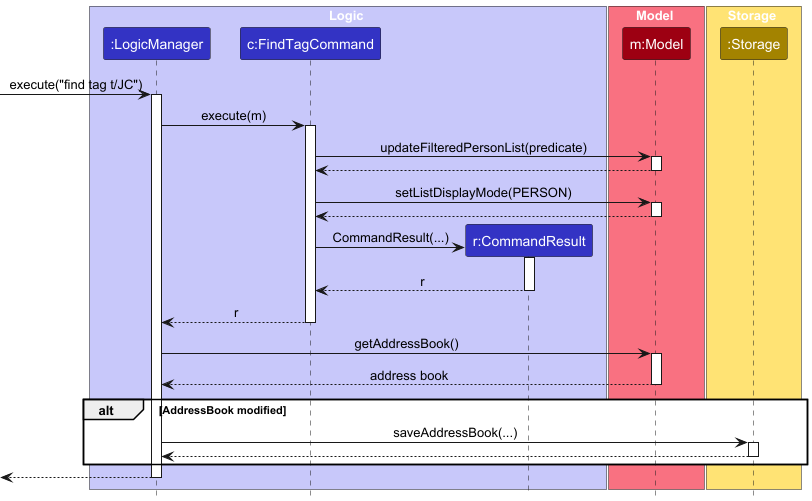
The PlantUML diagram docs/images/FindTagCommandExecutionSequenceDiagram.png in khayliang/tp, before a commit. Its diagram source:
```plantuml
@startuml
!include style.puml
skinparam ArrowFontStyle plain

box Logic LOGIC_COLOR_T1
participant ":LogicManager" as LogicManager LOGIC_COLOR
participant "c:FindTagCommand" as FindTagCommand LOGIC_COLOR
participant "r:CommandResult" as CommandResult LOGIC_COLOR
end box

box Model MODEL_COLOR_T1
participant "m:Model" as Model MODEL_COLOR
end box

box Storage STORAGE_COLOR_T1
participant ":Storage" as Storage STORAGE_COLOR
end box

[-> LogicManager : execute("find tag t/JC")
activate LogicManager

LogicManager -> FindTagCommand : execute(m)
activate FindTagCommand

FindTagCommand -> Model : updateFilteredPersonList(predicate)
activate Model
Model --> FindTagCommand
deactivate Model

FindTagCommand -> Model : setListDisplayMode(PERSON)
activate Model
Model --> FindTagCommand
deactivate Model

create CommandResult
FindTagCommand -> CommandResult : CommandResult(...)
activate CommandResult
CommandResult --> FindTagCommand : r
deactivate CommandResult

FindTagCommand --> LogicManager : r
deactivate FindTagCommand

LogicManager -> Model : getAddressBook()
activate Model
Model --> LogicManager : address book
deactivate Model

alt AddressBook modified
    LogicManager -> Storage : saveAddressBook(...)
    activate Storage
    Storage --> LogicManager
    deactivate Storage
end

[<-- LogicManager
deactivate LogicManager
@enduml
```
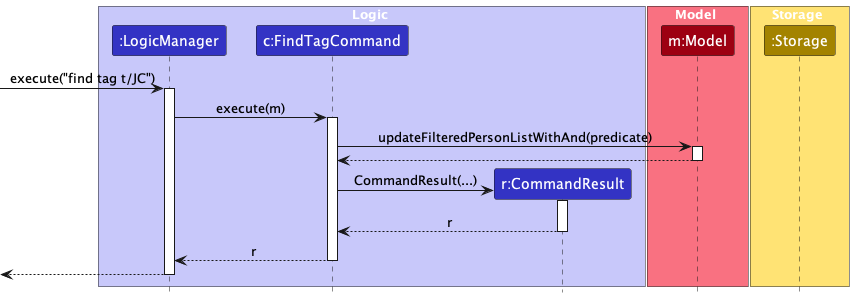
Later version of the same file.

The edit, as a diff of the source:
```diff
@@ -22,12 +22,7 @@
 LogicManager -> FindTagCommand : execute(m)
 activate FindTagCommand
 
-FindTagCommand -> Model : updateFilteredPersonList(predicate)
-activate Model
-Model --> FindTagCommand
-deactivate Model
-
-FindTagCommand -> Model : setListDisplayMode(PERSON)
+FindTagCommand -> Model : updateFilteredPersonListWithAnd(predicate)
 activate Model
 Model --> FindTagCommand
 deactivate Model
@@ -41,18 +36,6 @@
 FindTagCommand --> LogicManager : r
 deactivate FindTagCommand
 
-LogicManager -> Model : getAddressBook()
-activate Model
-Model --> LogicManager : address book
-deactivate Model
-
-alt AddressBook modified
-    LogicManager -> Storage : saveAddressBook(...)
-    activate Storage
-    Storage --> LogicManager
-    deactivate Storage
-end
-
 [<-- LogicManager
 deactivate LogicManager
 @enduml
```
